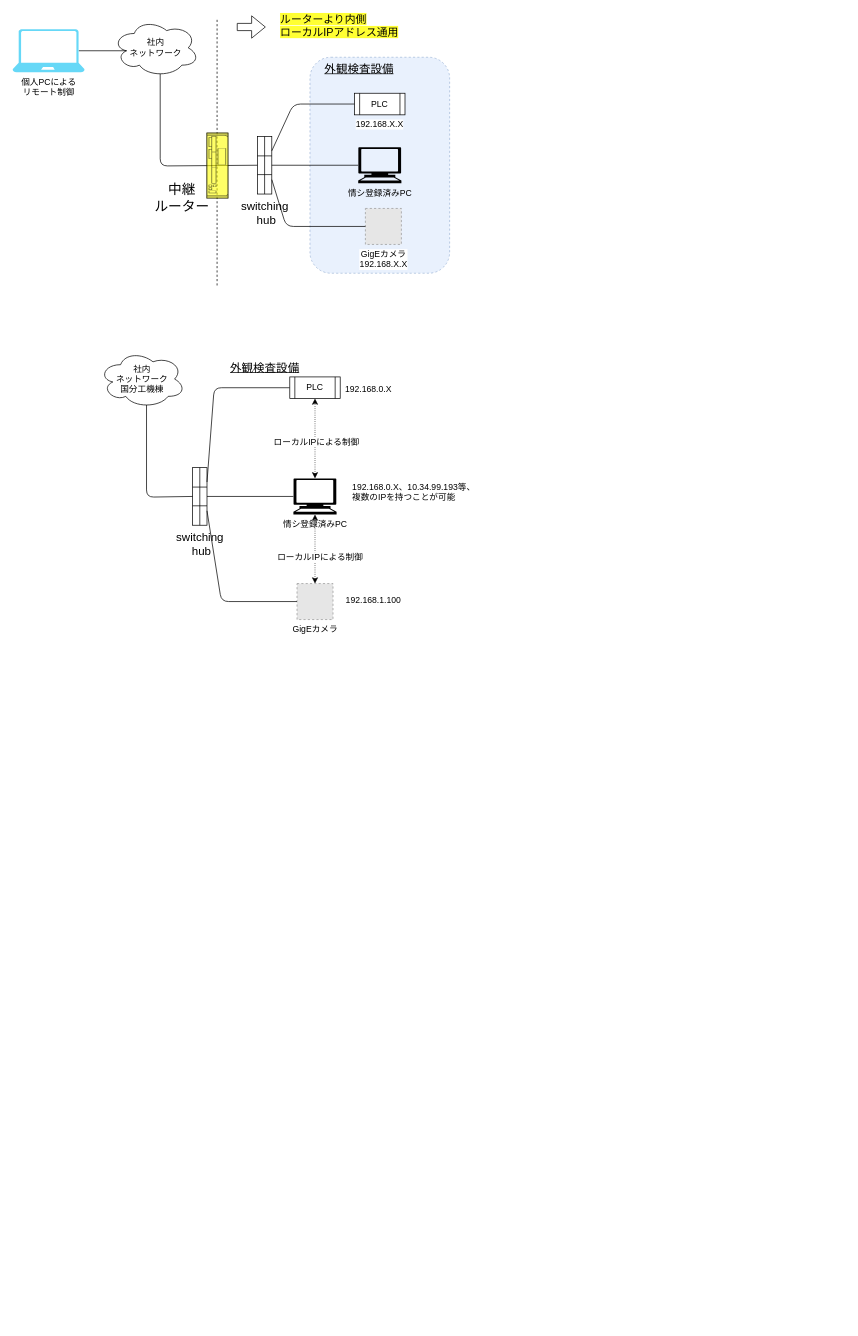
Flamingo-G/hello-world keeps this draw.io diagram as images/net.drawio. Above is the earlier version. Source tidied: cells renumbered, new cells numbered last; positions are measured from the earlier drawing's top-left corner, leaving out a move shared by most shapes. Both pictures are drawn from the tidied source at 72%, with x=0, y=0 at pixel (12, 14). Pictures stored in the file or linked from it are replaced by grey dashed boxes.
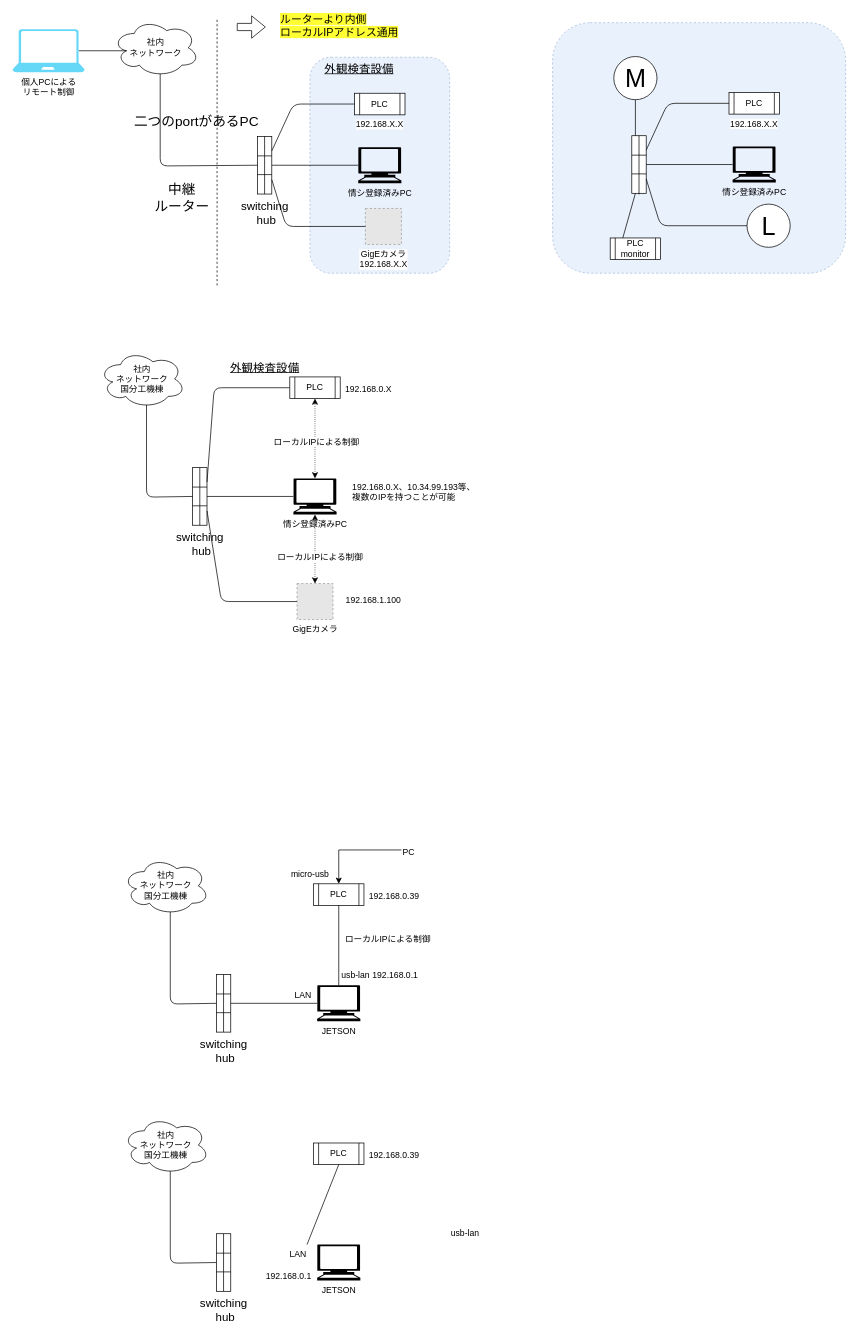
The same diagram, later.

Commit message:
net.drawio を更新します

What changed in the source:
```diff
@@
-    <mxCell id="23" style="shape=mxgraph.rack.cisco.cisco_1941_series_integrated_services_router;html=1;labelPosition=right;align=left;spacingLeft=15;dashed=0;shadow=0;labelBackgroundColor=none;opacity=60;rotation=90;fillColor=#FFFF00;" parent="1" vertex="1">
-      <mxGeometry x="239" y="194.5" width="91" height="30" as="geometry" />
-    </mxCell>
@@
+    <mxCell id="44" value="JETSON" style="shape=mxgraph.signs.tech.computer;html=1;fillColor=#000000;strokeColor=none;verticalLabelPosition=bottom;verticalAlign=top;align=center;" parent="1" vertex="1">
+      <mxGeometry x="423" y="1348" width="60" height="50" as="geometry" />
+    </mxCell>
+    <mxCell id="45" value="社内&lt;br&gt;ネットワーク&lt;br&gt;国分工機棟" style="ellipse;shape=cloud;whiteSpace=wrap;html=1;" parent="1" vertex="1">
+      <mxGeometry x="153" y="1170" width="120" height="80" as="geometry" />
+    </mxCell>
+    <mxCell id="46" style="shape=process;whiteSpace=wrap;html=1;backgroundOutline=1;size=0.3333333333333333;rotation=90;fillColor=#FFFFFF;" parent="1" vertex="1">
+      <mxGeometry x="253" y="1363" width="80" height="20" as="geometry" />
+    </mxCell>
+    <mxCell id="47" style="endArrow=none;html=1;entryX=0.55;entryY=0.95;entryDx=0;entryDy=0;exitX=0.5;exitY=1;exitDx=0;exitDy=0;entryPerimeter=0;" parent="1" edge="1" source="46" target="45">
+      <mxGeometry relative="1" as="geometry">
+        <Array as="points">
+          <mxPoint x="219" y="1374" />
+        </Array>
+      </mxGeometry>
+    </mxCell>
+    <mxCell id="48" style="endArrow=none;html=1;entryX=0;entryY=0.5;entryDx=0;entryDy=0;exitX=1;exitY=0.5;exitDx=0;exitDy=0;" parent="1" edge="1" source="46" target="46">
+      <mxGeometry relative="1" as="geometry" />
+    </mxCell>
+    <mxCell id="49" value="PLC" style="shape=process;whiteSpace=wrap;html=1;backgroundOutline=1;" parent="1" vertex="1">
+      <mxGeometry x="418" y="1207" width="70" height="30" as="geometry" />
+    </mxCell>
+    <mxCell id="50" value="&lt;span style=&quot;color: rgb(0 , 0 , 0) ; font-family: &amp;#34;helvetica&amp;#34; ; font-size: 12px ; font-style: normal ; font-weight: 400 ; letter-spacing: normal ; text-align: center ; text-indent: 0px ; text-transform: none ; word-spacing: 0px ; background-color: rgb(255 , 255 , 255) ; display: inline ; float: none&quot;&gt;192.168.0.39&lt;/span&gt;" style="text;whiteSpace=wrap;html=1;" parent="1" vertex="1">
+      <mxGeometry x="493" y="1211" width="90" height="20" as="geometry" />
+    </mxCell>
+    <mxCell id="51" value="&lt;span style=&quot;font-size: 16px&quot;&gt;switching&lt;br&gt;&amp;nbsp;hub&lt;/span&gt;" style="text;html=1;align=center;verticalAlign=middle;" parent="1" vertex="1">
+      <mxGeometry x="253" y="1424" width="80" height="30" as="geometry" />
+    </mxCell>
+    <mxCell id="52" value="&lt;span style=&quot;color: rgb(0 , 0 , 0) ; font-family: &amp;#34;helvetica&amp;#34; ; font-size: 12px ; font-style: normal ; font-weight: 400 ; letter-spacing: normal ; text-align: center ; text-indent: 0px ; text-transform: none ; word-spacing: 0px ; background-color: rgb(255 , 255 , 255) ; display: inline ; float: none&quot;&gt;ローカルIPによる制御&lt;br&gt;&lt;/span&gt;" style="text;whiteSpace=wrap;html=1;" parent="1" vertex="1">
+      <mxGeometry x="460" y="1270" width="135" height="30" as="geometry" />
+    </mxCell>
+    <mxCell id="53" style="endArrow=none;html=1;entryX=0.5;entryY=1;entryDx=0;entryDy=0;" parent="1" edge="1" source="44" target="49">
+      <mxGeometry relative="1" as="geometry" />
+    </mxCell>
+    <mxCell id="54" value="&lt;span style=&quot;color: rgb(0 , 0 , 0) ; font-family: &amp;#34;helvetica&amp;#34; ; font-size: 12px ; font-style: normal ; font-weight: 400 ; letter-spacing: normal ; text-align: center ; text-indent: 0px ; text-transform: none ; word-spacing: 0px ; background-color: rgb(255 , 255 , 255) ; display: inline ; float: none&quot;&gt;LAN&lt;br&gt;&lt;/span&gt;" style="text;whiteSpace=wrap;html=1;" parent="1" vertex="1">
+      <mxGeometry x="390" y="1348" width="40" height="30" as="geometry" />
+    </mxCell>
+    <mxCell id="55" value="&lt;span style=&quot;color: rgb(0 , 0 , 0) ; font-family: &amp;#34;helvetica&amp;#34; ; font-size: 12px ; font-style: normal ; font-weight: 400 ; letter-spacing: normal ; text-align: center ; text-indent: 0px ; text-transform: none ; word-spacing: 0px ; background-color: rgb(255 , 255 , 255) ; display: inline ; float: none&quot;&gt;usb-lan&lt;br&gt;&lt;/span&gt;" style="text;whiteSpace=wrap;html=1;" parent="1" vertex="1">
+      <mxGeometry x="455" y="1320" width="65" height="30" as="geometry" />
+    </mxCell>
+    <mxCell id="56" style="endArrow=none;html=1;entryX=0.5;entryY=0;entryDx=0;entryDy=0;" parent="1" edge="1" source="44" target="46">
+      <mxGeometry relative="1" as="geometry" />
+    </mxCell>
+    <mxCell id="57" style="edgeStyle=orthogonalEdgeStyle;rounded=0;jettySize=auto;html=1;" parent="1" edge="1" source="58" target="49">
+      <mxGeometry relative="1" as="geometry" />
+    </mxCell>
+    <mxCell id="58" value="&lt;span style=&quot;color: rgb(0 , 0 , 0) ; font-family: &amp;#34;helvetica&amp;#34; ; font-size: 12px ; font-style: normal ; font-weight: 400 ; letter-spacing: normal ; text-align: center ; text-indent: 0px ; text-transform: none ; word-spacing: 0px ; background-color: rgb(255 , 255 , 255) ; display: inline ; float: none&quot;&gt;PC&lt;br&gt;&lt;/span&gt;" style="text;whiteSpace=wrap;html=1;" parent="1" vertex="1">
+      <mxGeometry x="540" y="1150" width="90" height="20" as="geometry" />
+    </mxCell>
+    <mxCell id="59" value="&lt;span style=&quot;color: rgb(0 , 0 , 0) ; font-family: &amp;#34;helvetica&amp;#34; ; font-size: 12px ; font-style: normal ; font-weight: 400 ; letter-spacing: normal ; text-align: center ; text-indent: 0px ; text-transform: none ; word-spacing: 0px ; background-color: rgb(255 , 255 , 255) ; display: inline ; float: none&quot;&gt;micro-usb&lt;br&gt;&lt;/span&gt;" style="text;whiteSpace=wrap;html=1;" parent="1" vertex="1">
+      <mxGeometry x="385" y="1180" width="65" height="20" as="geometry" />
+    </mxCell>
+    <mxCell id="60" value="&lt;span style=&quot;color: rgb(0 , 0 , 0) ; font-family: &amp;#34;helvetica&amp;#34; ; font-size: 12px ; font-style: normal ; font-weight: 400 ; letter-spacing: normal ; text-align: center ; text-indent: 0px ; text-transform: none ; word-spacing: 0px ; background-color: rgb(255 , 255 , 255) ; display: inline ; float: none&quot;&gt;192.168.0.1&lt;/span&gt;" style="text;whiteSpace=wrap;html=1;" parent="1" vertex="1">
+      <mxGeometry x="497.5" y="1320" width="90" height="20" as="geometry" />
+    </mxCell>
+    <mxCell id="61" value="JETSON" style="shape=mxgraph.signs.tech.computer;html=1;fillColor=#000000;strokeColor=none;verticalLabelPosition=bottom;verticalAlign=top;align=center;" parent="1" vertex="1">
+      <mxGeometry x="423" y="1708" width="60" height="50" as="geometry" />
+    </mxCell>
+    <mxCell id="62" value="社内&lt;br&gt;ネットワーク&lt;br&gt;国分工機棟" style="ellipse;shape=cloud;whiteSpace=wrap;html=1;" parent="1" vertex="1">
+      <mxGeometry x="153" y="1530" width="120" height="80" as="geometry" />
+    </mxCell>
+    <mxCell id="63" style="shape=process;whiteSpace=wrap;html=1;backgroundOutline=1;size=0.3333333333333333;rotation=90;fillColor=#FFFFFF;" parent="1" vertex="1">
+      <mxGeometry x="253" y="1723" width="80" height="20" as="geometry" />
+    </mxCell>
+    <mxCell id="64" style="endArrow=none;html=1;entryX=0.55;entryY=0.95;entryDx=0;entryDy=0;exitX=0.5;exitY=1;exitDx=0;exitDy=0;entryPerimeter=0;" parent="1" edge="1" source="63" target="62">
+      <mxGeometry relative="1" as="geometry">
+        <Array as="points">
+          <mxPoint x="219" y="1734" />
+        </Array>
+      </mxGeometry>
+    </mxCell>
+    <mxCell id="65" style="endArrow=none;html=1;entryX=0;entryY=0.5;entryDx=0;entryDy=0;exitX=1;exitY=0.5;exitDx=0;exitDy=0;" parent="1" edge="1" source="63" target="63">
+      <mxGeometry relative="1" as="geometry" />
+    </mxCell>
+    <mxCell id="66" value="PLC" style="shape=process;whiteSpace=wrap;html=1;backgroundOutline=1;" parent="1" vertex="1">
+      <mxGeometry x="418" y="1567" width="70" height="30" as="geometry" />
+    </mxCell>
+    <mxCell id="67" value="&lt;span style=&quot;color: rgb(0 , 0 , 0) ; font-family: &amp;#34;helvetica&amp;#34; ; font-size: 12px ; font-style: normal ; font-weight: 400 ; letter-spacing: normal ; text-align: center ; text-indent: 0px ; text-transform: none ; word-spacing: 0px ; background-color: rgb(255 , 255 , 255) ; display: inline ; float: none&quot;&gt;192.168.0.39&lt;/span&gt;" style="text;whiteSpace=wrap;html=1;" parent="1" vertex="1">
+      <mxGeometry x="493" y="1571" width="90" height="20" as="geometry" />
+    </mxCell>
+    <mxCell id="68" value="&lt;span style=&quot;font-size: 16px&quot;&gt;switching&lt;br&gt;&amp;nbsp;hub&lt;/span&gt;" style="text;html=1;align=center;verticalAlign=middle;" parent="1" vertex="1">
+      <mxGeometry x="253" y="1784" width="80" height="30" as="geometry" />
+    </mxCell>
+    <mxCell id="69" style="endArrow=none;html=1;entryX=0.5;entryY=1;entryDx=0;entryDy=0;" parent="1" edge="1" source="70" target="66">
+      <mxGeometry relative="1" as="geometry" />
+    </mxCell>
+    <mxCell id="70" value="&lt;span style=&quot;color: rgb(0 , 0 , 0) ; font-family: &amp;#34;helvetica&amp;#34; ; font-size: 12px ; font-style: normal ; font-weight: 400 ; letter-spacing: normal ; text-align: center ; text-indent: 0px ; text-transform: none ; word-spacing: 0px ; background-color: rgb(255 , 255 , 255) ; display: inline ; float: none&quot;&gt;LAN&lt;br&gt;&lt;/span&gt;" style="text;whiteSpace=wrap;html=1;" parent="1" vertex="1">
+      <mxGeometry x="383" y="1708" width="40" height="30" as="geometry" />
+    </mxCell>
+    <mxCell id="71" value="&lt;span style=&quot;color: rgb(0 , 0 , 0) ; font-family: &amp;#34;helvetica&amp;#34; ; font-size: 12px ; font-style: normal ; font-weight: 400 ; letter-spacing: normal ; text-align: center ; text-indent: 0px ; text-transform: none ; word-spacing: 0px ; background-color: rgb(255 , 255 , 255) ; display: inline ; float: none&quot;&gt;usb-lan&lt;br&gt;&lt;/span&gt;" style="text;whiteSpace=wrap;html=1;" parent="1" vertex="1">
+      <mxGeometry x="607" y="1678" width="65" height="30" as="geometry" />
+    </mxCell>
+    <mxCell id="72" value="&lt;span style=&quot;color: rgb(0 , 0 , 0) ; font-family: &amp;#34;helvetica&amp;#34; ; font-size: 12px ; font-style: normal ; font-weight: 400 ; letter-spacing: normal ; text-align: center ; text-indent: 0px ; text-transform: none ; word-spacing: 0px ; background-color: rgb(255 , 255 , 255) ; display: inline ; float: none&quot;&gt;192.168.0.1&lt;/span&gt;" style="text;whiteSpace=wrap;html=1;" parent="1" vertex="1">
+      <mxGeometry x="350" y="1738" width="90" height="20" as="geometry" />
+    </mxCell>
+    <mxCell id="73" value="&lt;span style=&quot;font-size: 19px&quot;&gt;二つのportがあるPC&lt;br&gt;&lt;/span&gt;" style="text;html=1;align=center;verticalAlign=middle;" parent="1" vertex="1">
+      <mxGeometry x="160" y="139" width="190" height="20" as="geometry" />
+    </mxCell>
+    <mxCell id="74" style="rounded=1;whiteSpace=wrap;html=1;dashed=1;labelBackgroundColor=none;fillColor=#dae8fc;strokeColor=#6c8ebf;opacity=60;" parent="1" vertex="1">
+      <mxGeometry x="750" y="11" width="407" height="348" as="geometry" />
+    </mxCell>
+    <mxCell id="75" value="情シ登録済みPC" style="shape=mxgraph.signs.tech.computer;html=1;fillColor=#000000;strokeColor=none;verticalLabelPosition=bottom;verticalAlign=top;align=center;" parent="1" vertex="1">
+      <mxGeometry x="1000" y="183" width="60" height="50" as="geometry" />
+    </mxCell>
+    <mxCell id="76" style="shape=process;whiteSpace=wrap;html=1;backgroundOutline=1;size=0.3333333333333333;rotation=90;fillColor=#FFFFFF;" parent="1" vertex="1">
+      <mxGeometry x="830" y="198" width="80" height="20" as="geometry" />
+    </mxCell>
+    <mxCell id="77" style="endArrow=none;html=1;entryX=0;entryY=0.5;entryDx=0;entryDy=0;exitX=0.25;exitY=0;exitDx=0;exitDy=0;" parent="1" edge="1" source="76" target="81">
+      <mxGeometry relative="1" as="geometry">
+        <Array as="points">
+          <mxPoint x="910" y="123" />
+        </Array>
+      </mxGeometry>
+    </mxCell>
+    <mxCell id="78" style="endArrow=none;html=1;entryX=0;entryY=0.5;entryDx=0;entryDy=0;exitX=0.75;exitY=0;exitDx=0;exitDy=0;" parent="1" edge="1" source="76" target="88">
+      <mxGeometry relative="1" as="geometry">
+        <Array as="points">
+          <mxPoint x="900" y="293" />
+        </Array>
+      </mxGeometry>
+    </mxCell>
+    <mxCell id="79" style="endArrow=none;html=1;entryX=0;entryY=0.5;entryDx=0;entryDy=0;entryPerimeter=0;exitX=0.5;exitY=0;exitDx=0;exitDy=0;" parent="1" edge="1" source="76" target="75">
+      <mxGeometry relative="1" as="geometry" />
+    </mxCell>
+    <mxCell id="80" style="endArrow=none;html=1;entryX=0;entryY=0.5;entryDx=0;entryDy=0;exitX=1;exitY=0.5;exitDx=0;exitDy=0;" parent="1" edge="1" target="76">
+      <mxGeometry relative="1" as="geometry">
+        <mxPoint x="870" y="249.5" as="sourcePoint" />
+      </mxGeometry>
+    </mxCell>
+    <mxCell id="81" value="PLC" style="shape=process;whiteSpace=wrap;html=1;backgroundOutline=1;" parent="1" vertex="1">
+      <mxGeometry x="995" y="108" width="70" height="30" as="geometry" />
+    </mxCell>
+    <mxCell id="82" value="&lt;span style=&quot;color: rgb(0 , 0 , 0) ; font-family: &amp;#34;helvetica&amp;#34; ; font-size: 12px ; font-style: normal ; font-weight: 400 ; letter-spacing: normal ; text-align: center ; text-indent: 0px ; text-transform: none ; word-spacing: 0px ; background-color: rgb(255 , 255 , 255) ; display: inline ; float: none&quot;&gt;192.168.X.X&lt;/span&gt;" style="text;whiteSpace=wrap;html=1;" parent="1" vertex="1">
+      <mxGeometry x="995" y="138" width="90" height="20" as="geometry" />
+    </mxCell>
+    <mxCell id="83" style="edgeStyle=orthogonalEdgeStyle;rounded=0;orthogonalLoop=1;jettySize=auto;html=1;exitX=0.5;exitY=1;exitDx=0;exitDy=0;" parent="1" edge="1" source="74" target="74">
+      <mxGeometry relative="1" as="geometry" />
+    </mxCell>
+    <mxCell id="84" value="M" style="verticalLabelPosition=middle;shadow=0;dashed=0;align=center;html=1;verticalAlign=middle;strokeWidth=1;shape=ellipse;fontSize=35;" parent="1" vertex="1">
+      <mxGeometry x="835" y="58" width="60" height="60" as="geometry" />
+    </mxCell>
+    <mxCell id="85" style="endArrow=none;html=1;entryX=0.5;entryY=1;entryDx=0;entryDy=0;exitX=0;exitY=0.75;exitDx=0;exitDy=0;" parent="1" edge="1" source="76" target="84">
+      <mxGeometry relative="1" as="geometry" />
+    </mxCell>
+    <mxCell id="86" value="PLC&lt;br&gt;monitor" style="shape=process;whiteSpace=wrap;html=1;backgroundOutline=1;" parent="1" vertex="1">
+      <mxGeometry x="830" y="310" width="70" height="30" as="geometry" />
+    </mxCell>
+    <mxCell id="87" style="endArrow=none;html=1;entryX=1;entryY=0.75;entryDx=0;entryDy=0;exitX=0.25;exitY=0;exitDx=0;exitDy=0;" parent="1" edge="1" source="86" target="76">
+      <mxGeometry relative="1" as="geometry" />
+    </mxCell>
+    <mxCell id="88" value="L" style="verticalLabelPosition=middle;shadow=0;dashed=0;align=center;html=1;verticalAlign=middle;strokeWidth=1;shape=ellipse;fontSize=35;" parent="1" vertex="1">
+      <mxGeometry x="1020" y="263" width="60" height="60" as="geometry" />
+    </mxCell>
```
